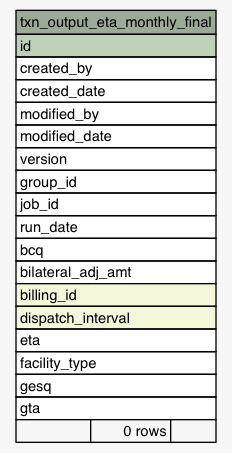
Above: Data/settlement/diagrams/summary/txn_output_eta_monthly_final.1degree.png in eyana-m/python-data-dictionary-writer (Graphviz), before the change. Its source is kept beside it as Data/settlement/diagrams/summary/txn_output_eta_monthly_final.1degree.dot.
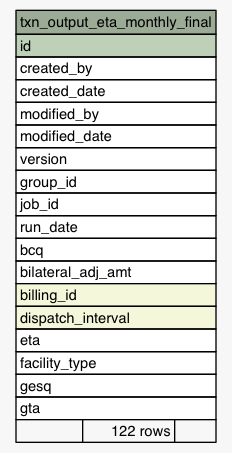
After the change.

Diff of the diagram source:
```diff
@@ -36,7 +36,7 @@
       <TR><TD PORT="facility_type" COLSPAN="3" ALIGN="LEFT">facility_type</TD></TR>
       <TR><TD PORT="gesq" COLSPAN="3" ALIGN="LEFT">gesq</TD></TR>
       <TR><TD PORT="gta" COLSPAN="3" ALIGN="LEFT">gta</TD></TR>
-      <TR><TD ALIGN="LEFT" BGCOLOR="#f7f7f7">  </TD><TD ALIGN="RIGHT" BGCOLOR="#f7f7f7">0 rows</TD><TD ALIGN="RIGHT" BGCOLOR="#f7f7f7">  </TD></TR>
+      <TR><TD ALIGN="LEFT" BGCOLOR="#f7f7f7">  </TD><TD ALIGN="RIGHT" BGCOLOR="#f7f7f7">122 rows</TD><TD ALIGN="RIGHT" BGCOLOR="#f7f7f7">  </TD></TR>
     </TABLE>>
     URL="tables/txn_output_eta_monthly_final.html"
     tooltip="txn_output_eta_monthly_final"
```
